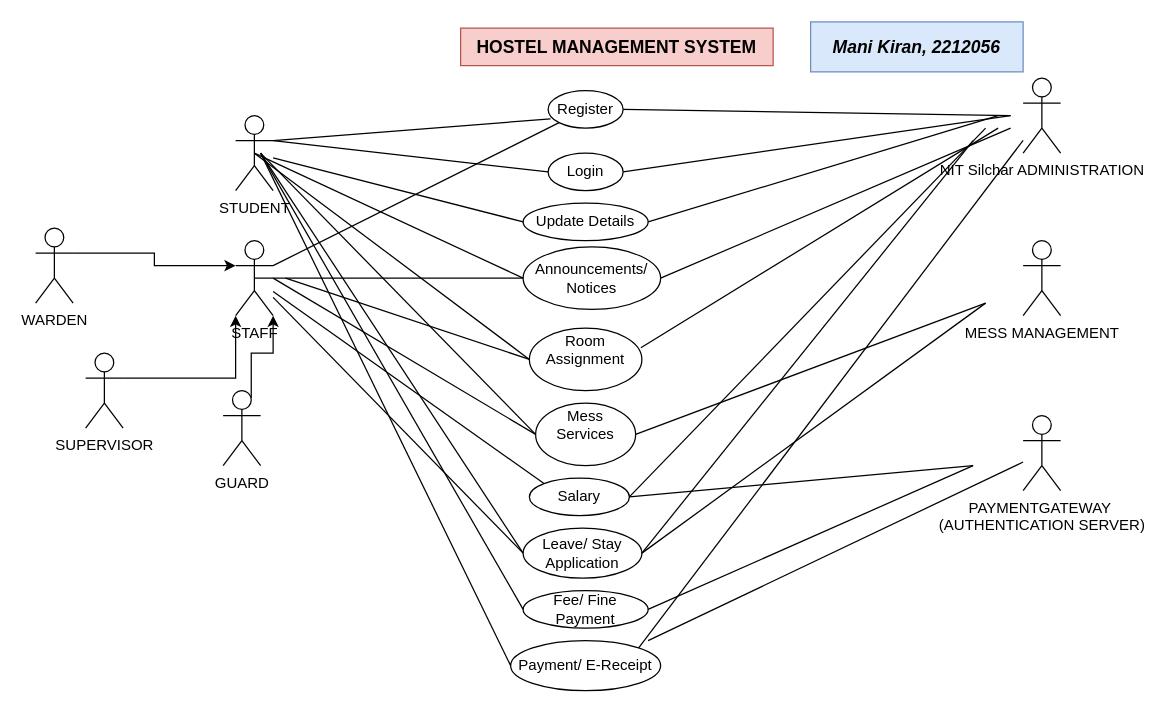
manikiran949/Use-Case-Diagrams keeps this draw.io diagram as Untitled Diagram.drawio. Above is the earlier version. Source tidied: cells renumbered, new cells numbered last; positions are measured from the earlier drawing's top-left corner, leaving out a move shared by most shapes. Both pictures are drawn from the tidied source at 125%, with x=0, y=0 at pixel (35, 21).
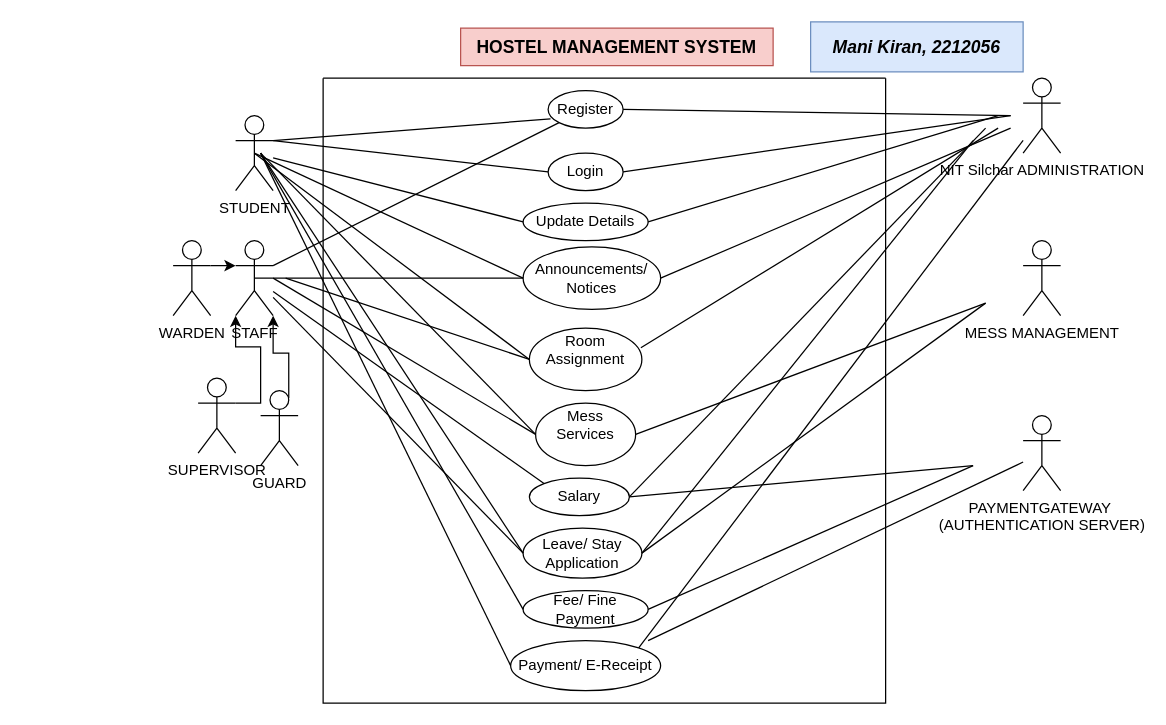
The same page after the edit.

Diff of the diagram source:
```diff
@@
     <mxCell id="8" value="WARDEN" style="shape=umlActor;verticalLabelPosition=bottom;verticalAlign=top;html=1;outlineConnect=0;" parent="1" vertex="1">
-      <mxGeometry y="165" width="30" height="60" as="geometry" />
+      <mxGeometry x="110" y="175" width="30" height="60" as="geometry" />
     </mxCell>
     <mxCell id="9" value="SUPERVISOR" style="shape=umlActor;verticalLabelPosition=bottom;verticalAlign=top;html=1;outlineConnect=0;" parent="1" vertex="1">
-      <mxGeometry x="40" y="265" width="30" height="60" as="geometry" />
+      <mxGeometry x="130" y="285" width="30" height="60" as="geometry" />
     </mxCell>
     <mxCell id="10" value="GUARD" style="shape=umlActor;verticalLabelPosition=bottom;verticalAlign=top;html=1;outlineConnect=0;" parent="1" vertex="1">
-      <mxGeometry x="150" y="295" width="30" height="60" as="geometry" />
+      <mxGeometry x="180" y="295" width="30" height="60" as="geometry" />
     </mxCell>
@@
+    <mxCell id="53" style="swimlane;startSize=0;" parent="1" vertex="1">
+      <mxGeometry x="230" y="45" width="450" height="500" as="geometry" />
+    </mxCell>
```
